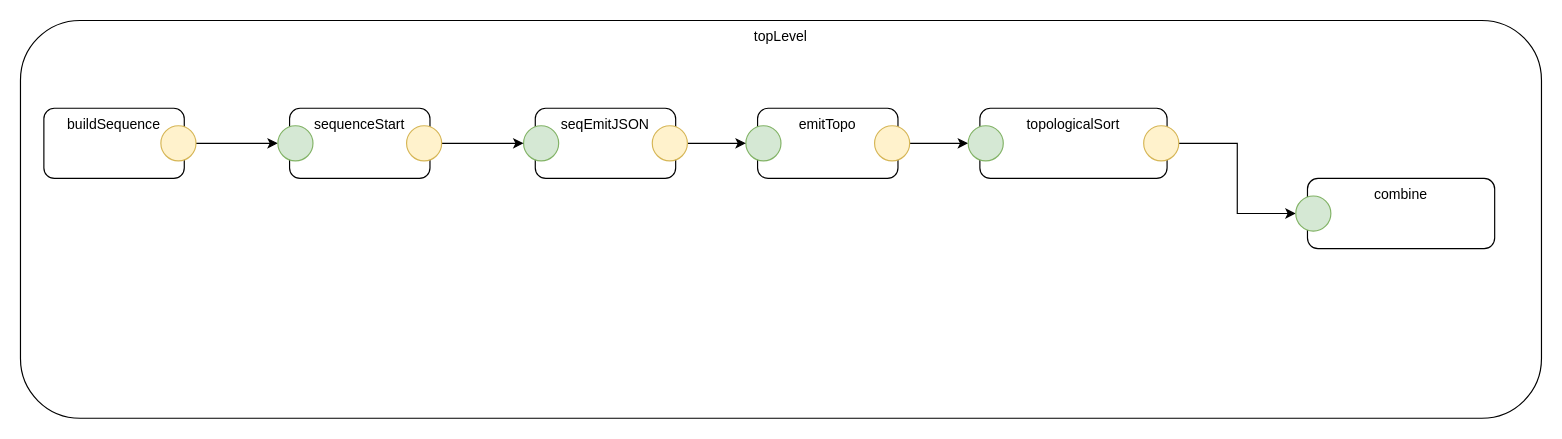
The draw.io diagram guitarvydas/sequencedogfood.drawio in guitarvydas/jam0001, before the edit. Source tidied: cells renumbered, new cells numbered last; positions are measured from the earlier drawing's top-left corner, leaving out a move shared by most shapes. Both pictures are drawn from the tidied source at 117%, with x=0, y=0 at pixel (-27, 20).
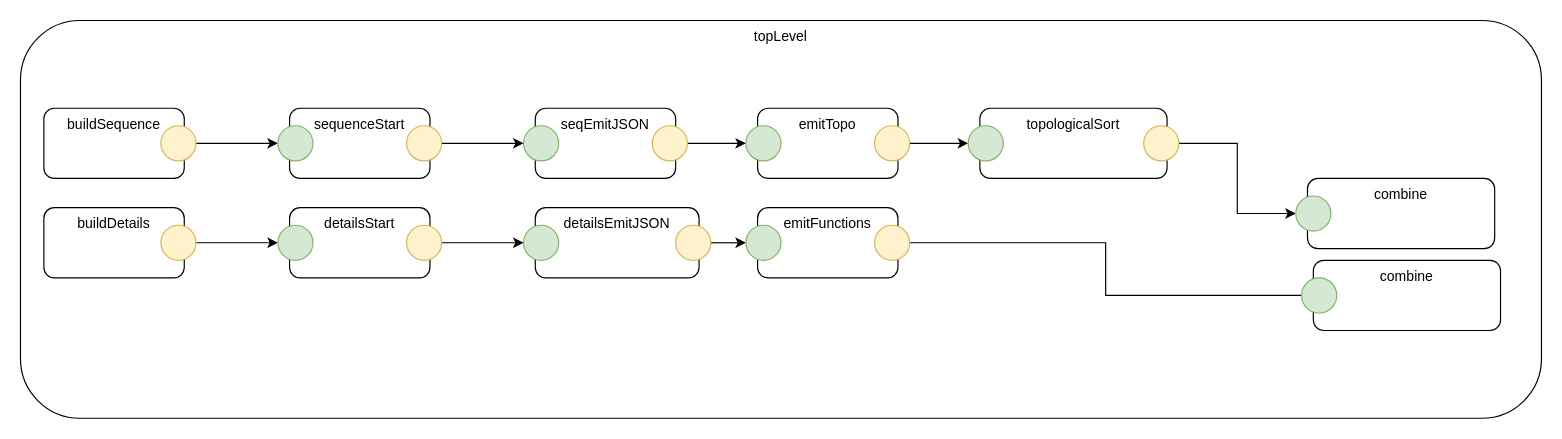
Above is the later version.

What changed in the source:
```diff
@@
+    <mxCell id="26" value="buildDetails" style="rounded=1;whiteSpace=wrap;html=1;verticalAlign=top;" parent="1" vertex="1">
+      <mxGeometry x="60" y="160" width="120" height="60" as="geometry" />
+    </mxCell>
+    <mxCell id="27" style="edgeStyle=orthogonalEdgeStyle;rounded=0;jettySize=auto;html=1;entryX=0;entryY=0.5;entryDx=0;entryDy=0;" parent="1" edge="1" source="28" target="34">
+      <mxGeometry relative="1" as="geometry" />
+    </mxCell>
+    <mxCell id="28" style="ellipse;whiteSpace=wrap;html=1;fillColor=#fff2cc;align=center;strokeColor=#d6b656;textOpacity=50;" parent="1" vertex="1">
+      <mxGeometry x="160" y="175" width="30" height="30" as="geometry" />
+    </mxCell>
@@
+    <mxCell id="29" value="detailsStart" style="rounded=1;whiteSpace=wrap;html=1;verticalAlign=top;" parent="1" vertex="1">
+      <mxGeometry x="270" y="160" width="120" height="60" as="geometry" />
+    </mxCell>
+    <mxCell id="30" value="detailsEmitJSON" style="rounded=1;whiteSpace=wrap;html=1;verticalAlign=top;" parent="1" vertex="1">
+      <mxGeometry x="480" y="160" width="140" height="60" as="geometry" />
+    </mxCell>
+    <mxCell id="31" style="ellipse;whiteSpace=wrap;html=1;fillColor=#d5e8d4;align=center;strokeColor=#82b366;textOpacity=50;" parent="1" vertex="1">
+      <mxGeometry x="470" y="175" width="30" height="30" as="geometry" />
+    </mxCell>
+    <mxCell id="32" style="edgeStyle=orthogonalEdgeStyle;rounded=0;jettySize=auto;html=1;entryX=0;entryY=0.5;entryDx=0;entryDy=0;" parent="1" edge="1" source="33" target="31">
+      <mxGeometry relative="1" as="geometry" />
+    </mxCell>
+    <mxCell id="33" style="ellipse;whiteSpace=wrap;html=1;fillColor=#fff2cc;align=center;strokeColor=#d6b656;textOpacity=50;" parent="1" vertex="1">
+      <mxGeometry x="370" y="175" width="30" height="30" as="geometry" />
+    </mxCell>
+    <mxCell id="34" style="ellipse;whiteSpace=wrap;html=1;fillColor=#d5e8d4;align=center;strokeColor=#82b366;textOpacity=50;" parent="1" vertex="1">
+      <mxGeometry x="260" y="175" width="30" height="30" as="geometry" />
+    </mxCell>
@@
+    <mxCell id="35" style="edgeStyle=orthogonalEdgeStyle;rounded=0;jettySize=auto;html=1;exitX=1;exitY=0.5;exitDx=0;exitDy=0;entryX=0;entryY=0.5;entryDx=0;entryDy=0;" parent="1" edge="1" source="36" target="40">
+      <mxGeometry relative="1" as="geometry" />
+    </mxCell>
+    <mxCell id="36" style="ellipse;whiteSpace=wrap;html=1;fillColor=#fff2cc;align=center;strokeColor=#d6b656;textOpacity=50;" parent="1" vertex="1">
+      <mxGeometry x="600" y="175" width="30" height="30" as="geometry" />
+    </mxCell>
+    <mxCell id="37" style="edgeStyle=orthogonalEdgeStyle;rounded=0;jettySize=auto;html=1;entryX=0;entryY=0.5;entryDx=0;entryDy=0;" parent="1" edge="1" source="38" target="41">
+      <mxGeometry relative="1" as="geometry" />
+    </mxCell>
+    <mxCell id="38" value="emitFunctions" style="rounded=1;whiteSpace=wrap;html=1;verticalAlign=top;" parent="1" vertex="1">
+      <mxGeometry x="670" y="160" width="120" height="60" as="geometry" />
+    </mxCell>
+    <mxCell id="39" style="ellipse;whiteSpace=wrap;html=1;fillColor=#fff2cc;align=center;strokeColor=#d6b656;textOpacity=50;" parent="1" vertex="1">
+      <mxGeometry x="770" y="175" width="30" height="30" as="geometry" />
+    </mxCell>
+    <mxCell id="40" style="ellipse;whiteSpace=wrap;html=1;fillColor=#d5e8d4;align=center;strokeColor=#82b366;textOpacity=50;" parent="1" vertex="1">
+      <mxGeometry x="660" y="175" width="30" height="30" as="geometry" />
+    </mxCell>
+    <mxCell id="41" value="combine" style="rounded=1;whiteSpace=wrap;html=1;verticalAlign=top;" parent="1" vertex="1">
+      <mxGeometry x="1145" y="205" width="160" height="60" as="geometry" />
+    </mxCell>
+    <mxCell id="42" style="ellipse;whiteSpace=wrap;html=1;fillColor=#d5e8d4;align=center;strokeColor=#82b366;textOpacity=50;" parent="1" vertex="1">
+      <mxGeometry x="1135" y="220" width="30" height="30" as="geometry" />
+    </mxCell>
```
